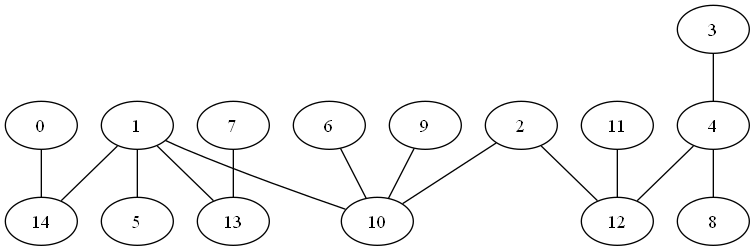
Before: tree2.png, a diagram exported from Graphviz (zalt00/ant_colony). Its source is kept beside it as tree2.dot. Its diagram source:
```dot
graph {
    0 [ label = "0" ]
    1 [ label = "1" ]
    2 [ label = "2" ]
    3 [ label = "3" ]
    4 [ label = "4" ]
    5 [ label = "5" ]
    6 [ label = "6" ]
    7 [ label = "7" ]
    8 [ label = "8" ]
    9 [ label = "9" ]
    10 [ label = "10" ]
    11 [ label = "11" ]
    12 [ label = "12" ]
    13 [ label = "13" ]
    14 [ label = "14" ]
    0 -- 14 [ ]
    1 -- 10 [ ]
    1 -- 13 [ ]
    1 -- 5 [ ]
    1 -- 14 [ ]
    2 -- 12 [ ]
    2 -- 10 [ ]
    3 -- 4 [ ]
    4 -- 12 [ ]
    4 -- 8 [ ]
    6 -- 10 [ ]
    7 -- 13 [ ]
    9 -- 10 [ ]
    11 -- 12 [ ]
}
```
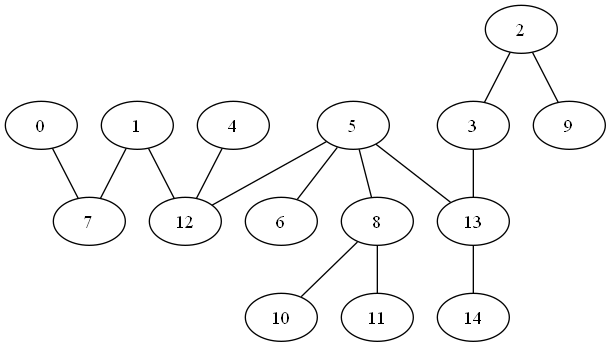
After the change.

What changed in the source:
```diff
@@ -14,18 +14,18 @@
     12 [ label = "12" ]
     13 [ label = "13" ]
     14 [ label = "14" ]
-    0 -- 14 [ ]
-    1 -- 10 [ ]
-    1 -- 13 [ ]
-    1 -- 5 [ ]
-    1 -- 14 [ ]
-    2 -- 12 [ ]
-    2 -- 10 [ ]
-    3 -- 4 [ ]
+    0 -- 7 [ ]
+    1 -- 7 [ ]
+    1 -- 12 [ ]
+    2 -- 3 [ ]
+    2 -- 9 [ ]
+    3 -- 13 [ ]
     4 -- 12 [ ]
-    4 -- 8 [ ]
-    6 -- 10 [ ]
-    7 -- 13 [ ]
-    9 -- 10 [ ]
-    11 -- 12 [ ]
+    5 -- 13 [ ]
+    5 -- 12 [ ]
+    5 -- 8 [ ]
+    5 -- 6 [ ]
+    8 -- 10 [ ]
+    8 -- 11 [ ]
+    13 -- 14 [ ]
 }
```
